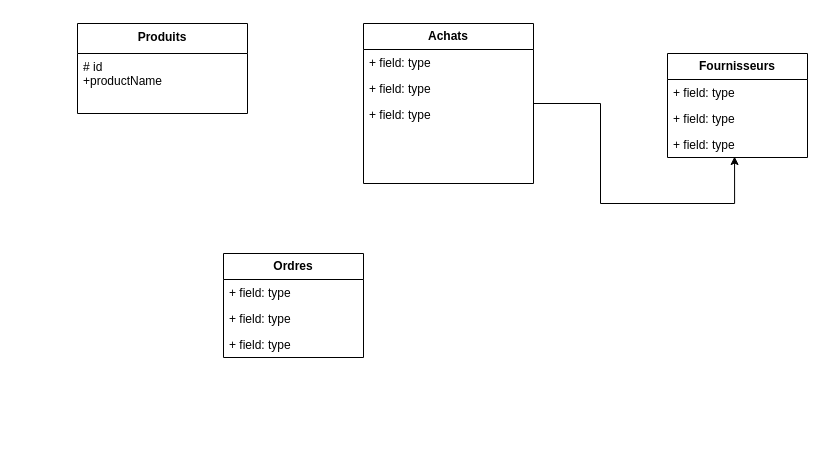
The draw.io diagram Projet_EFM.drawio in HoudaLa/EFM_Project, before the edit. Source tidied: cells renumbered, new cells numbered last; positions are measured from the earlier drawing's top-left corner, leaving out a move shared by most shapes. Both pictures are drawn from the tidied source at 100%, with x=0, y=0 at pixel (77, 23).
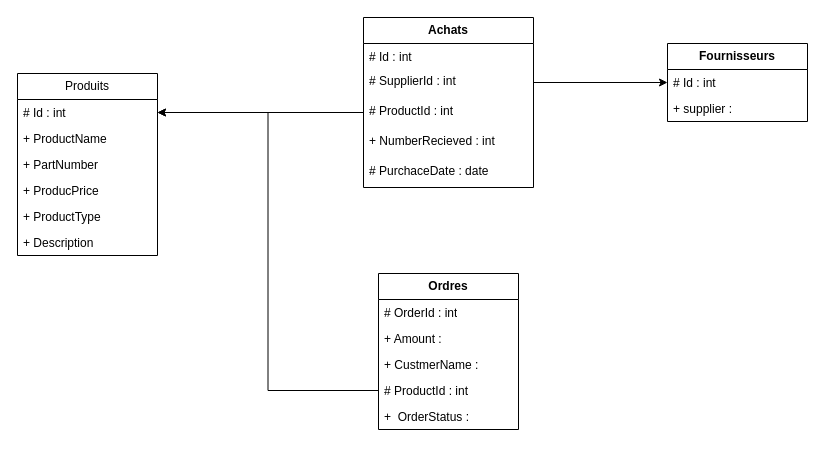
Above is the later version.

Commit message (it also covers changes not shown here):
Mettre à jour Projet_EFM.drawio

Change to the diagram source:
```diff
@@
-    <mxCell id="2" value="Produits" style="swimlane;fontStyle=1;align=center;verticalAlign=top;horizontal=1;startSize=30;whiteSpace=wrap;html=1;" parent="1" vertex="1">
-      <mxGeometry width="170" height="90" as="geometry" />
-    </mxCell>
-    <mxCell id="3" value="&lt;div&gt;# id&lt;/div&gt;&lt;div&gt;+productName&lt;/div&gt;&lt;div&gt;&lt;br&gt;&lt;/div&gt;" style="text;strokeColor=none;fillColor=none;align=left;verticalAlign=top;spacingLeft=4;spacingRight=4;overflow=hidden;whiteSpace=wrap;html=1;" parent="2" vertex="1">
-      <mxGeometry y="30" width="170" height="60" as="geometry" />
-    </mxCell>
     <mxCell id="4" value="&lt;b&gt;Achats&lt;/b&gt;" style="swimlane;fontStyle=0;horizontal=1;startSize=26;fillColor=none;whiteSpace=wrap;html=1;" parent="1" vertex="1">
-      <mxGeometry x="286" width="170" height="160" as="geometry" />
+      <mxGeometry x="286" y="-6" width="170" height="170" as="geometry" />
     </mxCell>
-    <mxCell id="5" value="+ field: type" style="text;strokeColor=none;fillColor=none;align=left;verticalAlign=top;spacingLeft=4;spacingRight=4;overflow=hidden;whiteSpace=wrap;html=1;" parent="4" vertex="1">
-      <mxGeometry y="26" width="170" height="26" as="geometry" />
+    <mxCell id="5" value="# Id : int" style="text;strokeColor=none;fillColor=none;align=left;verticalAlign=top;spacingLeft=4;spacingRight=4;overflow=hidden;whiteSpace=wrap;html=1;" parent="4" vertex="1">
+      <mxGeometry y="26" width="170" height="24" as="geometry" />
     </mxCell>
-    <mxCell id="6" value="+ field: type" style="text;strokeColor=none;fillColor=none;align=left;verticalAlign=top;spacingLeft=4;spacingRight=4;overflow=hidden;points=[[0,0.5],[1,0.5]];portConstraint=eastwest;whiteSpace=wrap;html=1;" parent="4" vertex="1">
-      <mxGeometry y="52" width="170" height="26" as="geometry" />
+    <mxCell id="6" value="&lt;div&gt;# SupplierId : int&lt;/div&gt;" style="text;strokeColor=none;fillColor=none;align=left;verticalAlign=top;spacingLeft=4;spacingRight=4;overflow=hidden;points=[[0,0.5],[1,0.5]];portConstraint=eastwest;whiteSpace=wrap;html=1;" parent="4" vertex="1">
+      <mxGeometry y="50" width="170" height="30" as="geometry" />
     </mxCell>
-    <mxCell id="7" value="+ field: type" style="text;strokeColor=none;fillColor=none;align=left;verticalAlign=top;spacingLeft=4;spacingRight=4;overflow=hidden;points=[[0,0.5],[1,0.5]];portConstraint=eastwest;whiteSpace=wrap;html=1;" parent="4" vertex="1">
-      <mxGeometry y="78" width="170" height="82" as="geometry" />
+    <mxCell id="7" value="# ProductId : int" style="text;strokeColor=none;fillColor=none;align=left;verticalAlign=top;spacingLeft=4;spacingRight=4;overflow=hidden;points=[[0,0.5],[1,0.5]];portConstraint=eastwest;whiteSpace=wrap;html=1;" parent="4" vertex="1">
+      <mxGeometry y="80" width="170" height="30" as="geometry" />
     </mxCell>
+    <mxCell id="17" value="+ NumberRecieved : int" style="text;strokeColor=none;fillColor=none;align=left;verticalAlign=top;spacingLeft=4;spacingRight=4;overflow=hidden;whiteSpace=wrap;html=1;" parent="4" vertex="1">
+      <mxGeometry y="110" width="170" height="30" as="geometry" />
+    </mxCell>
+    <mxCell id="18" value="# PurchaceDate : date" style="text;strokeColor=none;fillColor=none;align=left;verticalAlign=top;spacingLeft=4;spacingRight=4;overflow=hidden;whiteSpace=wrap;html=1;" parent="4" vertex="1">
+      <mxGeometry y="140" width="170" height="30" as="geometry" />
+    </mxCell>
     <mxCell id="8" value="&lt;b&gt;Fournisseurs&lt;/b&gt;" style="swimlane;fontStyle=0;horizontal=1;startSize=26;fillColor=none;whiteSpace=wrap;html=1;" parent="1" vertex="1">
-      <mxGeometry x="590" y="30" width="140" height="104" as="geometry" />
+      <mxGeometry x="590" y="20" width="140" height="78" as="geometry" />
     </mxCell>
-    <mxCell id="9" value="+ field: type" style="text;strokeColor=none;fillColor=none;align=left;verticalAlign=top;spacingLeft=4;spacingRight=4;overflow=hidden;points=[[0,0.5],[1,0.5]];portConstraint=eastwest;whiteSpace=wrap;html=1;" parent="8" vertex="1">
+    <mxCell id="9" value="# Id : int" style="text;strokeColor=none;fillColor=none;align=left;verticalAlign=top;spacingLeft=4;spacingRight=4;overflow=hidden;points=[[0,0.5],[1,0.5]];portConstraint=eastwest;whiteSpace=wrap;html=1;" parent="8" vertex="1">
       <mxGeometry y="26" width="140" height="26" as="geometry" />
     </mxCell>
-    <mxCell id="10" value="+ field: type" style="text;strokeColor=none;fillColor=none;align=left;verticalAlign=top;spacingLeft=4;spacingRight=4;overflow=hidden;whiteSpace=wrap;html=1;" parent="8" vertex="1">
+    <mxCell id="10" value="+ supplier : " style="text;strokeColor=none;fillColor=none;align=left;verticalAlign=top;spacingLeft=4;spacingRight=4;overflow=hidden;whiteSpace=wrap;html=1;" parent="8" vertex="1">
       <mxGeometry y="52" width="140" height="26" as="geometry" />
     </mxCell>
-    <mxCell id="11" value="+ field: type" style="text;strokeColor=none;fillColor=none;align=left;verticalAlign=top;spacingLeft=4;spacingRight=4;overflow=hidden;points=[[0,0.5],[1,0.5]];portConstraint=eastwest;whiteSpace=wrap;html=1;" parent="8" vertex="1">
-      <mxGeometry y="78" width="140" height="26" as="geometry" />
-    </mxCell>
     <mxCell id="12" value="&lt;b&gt;Ordres&lt;/b&gt;" style="swimlane;fontStyle=0;horizontal=1;startSize=26;fillColor=none;whiteSpace=wrap;html=1;" parent="1" vertex="1">
-      <mxGeometry x="146" y="230" width="140" height="104" as="geometry" />
+      <mxGeometry x="301" y="250" width="140" height="156" as="geometry" />
     </mxCell>
-    <mxCell id="13" value="+ field: type" style="text;strokeColor=none;fillColor=none;align=left;verticalAlign=top;spacingLeft=4;spacingRight=4;overflow=hidden;whiteSpace=wrap;html=1;" parent="12" vertex="1">
+    <mxCell id="13" value="# OrderId : int" style="text;strokeColor=none;fillColor=none;align=left;verticalAlign=top;spacingLeft=4;spacingRight=4;overflow=hidden;whiteSpace=wrap;html=1;" parent="12" vertex="1">
       <mxGeometry y="26" width="140" height="26" as="geometry" />
     </mxCell>
-    <mxCell id="14" value="+ field: type" style="text;strokeColor=none;fillColor=none;align=left;verticalAlign=top;spacingLeft=4;spacingRight=4;overflow=hidden;whiteSpace=wrap;html=1;" parent="12" vertex="1">
+    <mxCell id="14" value="+ Amount : " style="text;strokeColor=none;fillColor=none;align=left;verticalAlign=top;spacingLeft=4;spacingRight=4;overflow=hidden;whiteSpace=wrap;html=1;" parent="12" vertex="1">
       <mxGeometry y="52" width="140" height="26" as="geometry" />
     </mxCell>
-    <mxCell id="15" value="+ field: type" style="text;strokeColor=none;fillColor=none;align=left;verticalAlign=top;spacingLeft=4;spacingRight=4;overflow=hidden;whiteSpace=wrap;html=1;" parent="12" vertex="1">
+    <mxCell id="15" value="+ CustmerName : " style="text;strokeColor=none;fillColor=none;align=left;verticalAlign=top;spacingLeft=4;spacingRight=4;overflow=hidden;whiteSpace=wrap;html=1;" parent="12" vertex="1">
       <mxGeometry y="78" width="140" height="26" as="geometry" />
     </mxCell>
-    <mxCell id="16" style="edgeStyle=orthogonalEdgeStyle;rounded=0;jettySize=auto;html=1;entryX=0.479;entryY=0.962;entryDx=0;entryDy=0;entryPerimeter=0;" parent="1" edge="1" source="4" target="11">
-      <mxGeometry relative="1" as="geometry" />
-    </mxCell>
+    <mxCell id="19" value="# ProductId : int" style="text;strokeColor=none;fillColor=none;align=left;verticalAlign=top;spacingLeft=4;spacingRight=4;overflow=hidden;points=[[0,0.5],[1,0.5]];portConstraint=eastwest;whiteSpace=wrap;html=1;" parent="12" vertex="1">
+      <mxGeometry y="104" width="140" height="26" as="geometry" />
+    </mxCell>
+    <mxCell id="20" value="+&amp;nbsp; OrderStatus : " style="text;strokeColor=none;fillColor=none;align=left;verticalAlign=top;spacingLeft=4;spacingRight=4;overflow=hidden;whiteSpace=wrap;html=1;" parent="12" vertex="1">
+      <mxGeometry y="130" width="140" height="26" as="geometry" />
+    </mxCell>
+    <mxCell id="2" value="Produits" style="swimlane;fontStyle=0;horizontal=1;startSize=26;fillColor=none;whiteSpace=wrap;html=1;" parent="1" vertex="1">
+      <mxGeometry x="-60" y="50" width="140" height="182" as="geometry" />
+    </mxCell>
+    <mxCell id="21" value="# Id : int" style="text;strokeColor=none;fillColor=none;align=left;verticalAlign=top;spacingLeft=4;spacingRight=4;overflow=hidden;points=[[0,0.5],[1,0.5]];portConstraint=eastwest;whiteSpace=wrap;html=1;" parent="2" vertex="1">
+      <mxGeometry y="26" width="140" height="26" as="geometry" />
+    </mxCell>
+    <mxCell id="22" value="+ ProductName" style="text;strokeColor=none;fillColor=none;align=left;verticalAlign=top;spacingLeft=4;spacingRight=4;overflow=hidden;whiteSpace=wrap;html=1;" parent="2" vertex="1">
+      <mxGeometry y="52" width="140" height="26" as="geometry" />
+    </mxCell>
+    <mxCell id="23" value="+ PartNumber" style="text;strokeColor=none;fillColor=none;align=left;verticalAlign=top;spacingLeft=4;spacingRight=4;overflow=hidden;whiteSpace=wrap;html=1;" parent="2" vertex="1">
+      <mxGeometry y="78" width="140" height="26" as="geometry" />
+    </mxCell>
+    <mxCell id="24" value="+ ProducPrice" style="text;strokeColor=none;fillColor=none;align=left;verticalAlign=top;spacingLeft=4;spacingRight=4;overflow=hidden;whiteSpace=wrap;html=1;" parent="2" vertex="1">
+      <mxGeometry y="104" width="140" height="26" as="geometry" />
+    </mxCell>
+    <mxCell id="25" value="+ ProductType" style="text;strokeColor=none;fillColor=none;align=left;verticalAlign=top;spacingLeft=4;spacingRight=4;overflow=hidden;whiteSpace=wrap;html=1;" parent="2" vertex="1">
+      <mxGeometry y="130" width="140" height="26" as="geometry" />
+    </mxCell>
+    <mxCell id="26" value="+ Description" style="text;strokeColor=none;fillColor=none;align=left;verticalAlign=top;spacingLeft=4;spacingRight=4;overflow=hidden;whiteSpace=wrap;html=1;" parent="2" vertex="1">
+      <mxGeometry y="156" width="140" height="26" as="geometry" />
+    </mxCell>
+    <mxCell id="27" style="edgeStyle=orthogonalEdgeStyle;rounded=0;jettySize=auto;html=1;entryX=1;entryY=0.5;entryDx=0;entryDy=0;" parent="1" edge="1" source="7" target="21">
+      <mxGeometry relative="1" as="geometry" />
+    </mxCell>
+    <mxCell id="28" style="edgeStyle=orthogonalEdgeStyle;rounded=0;jettySize=auto;html=1;exitX=0;exitY=0.5;exitDx=0;exitDy=0;" parent="1" edge="1" source="19" target="21">
+      <mxGeometry relative="1" as="geometry" />
+    </mxCell>
+    <mxCell id="29" style="edgeStyle=orthogonalEdgeStyle;rounded=0;jettySize=auto;html=1;" parent="1" edge="1" source="6" target="9">
+      <mxGeometry relative="1" as="geometry" />
+    </mxCell>
```
